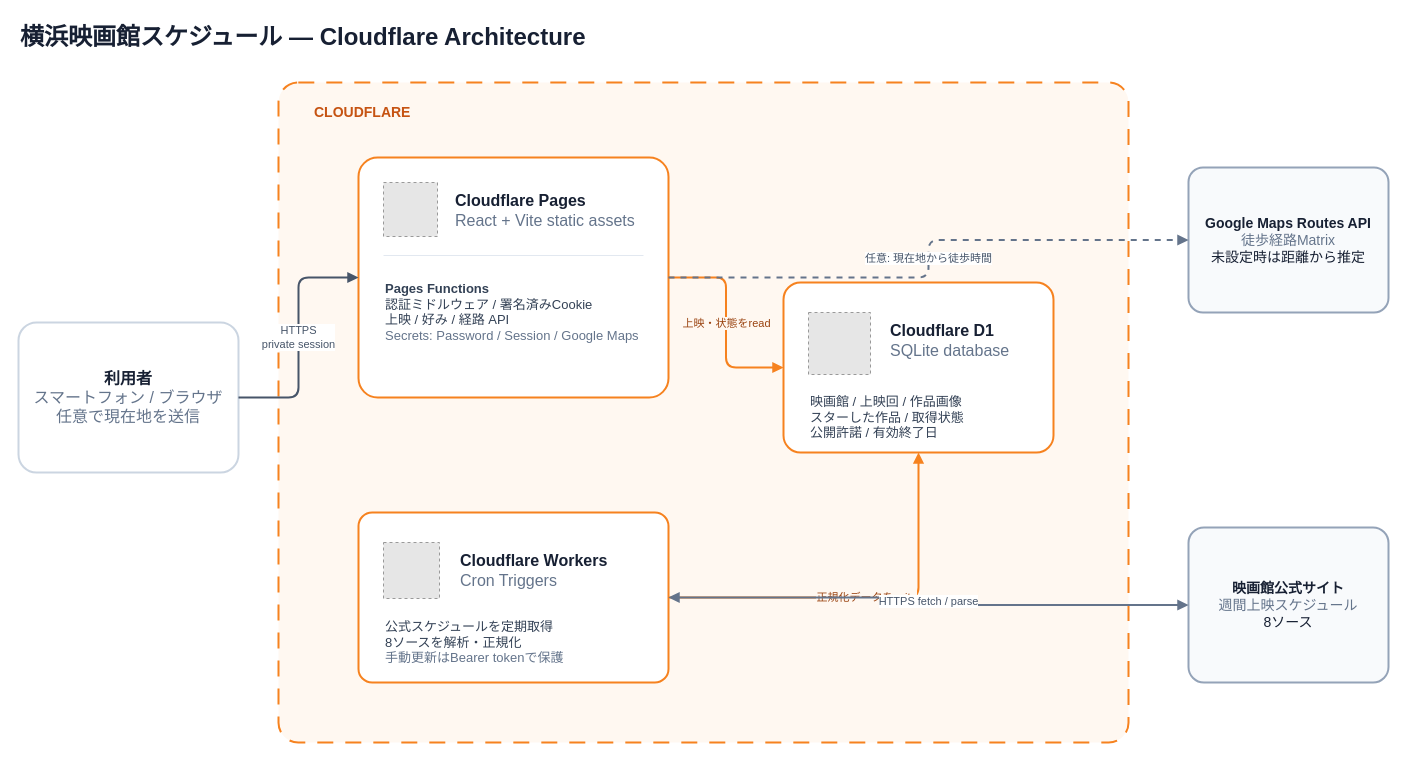
The draw.io diagram docs/architecture/cloudflare-architecture.drawio in daylight55/yokohama-cinema-schedule, before the edit. Source tidied: cells renumbered, new cells numbered last; positions are measured from the earlier drawing's top-left corner, leaving out a move shared by most shapes. Both pictures are drawn from the tidied source at 100%, with x=0, y=0 at pixel (18, 17). Pictures stored in the file or linked from it are replaced by grey dashed boxes.
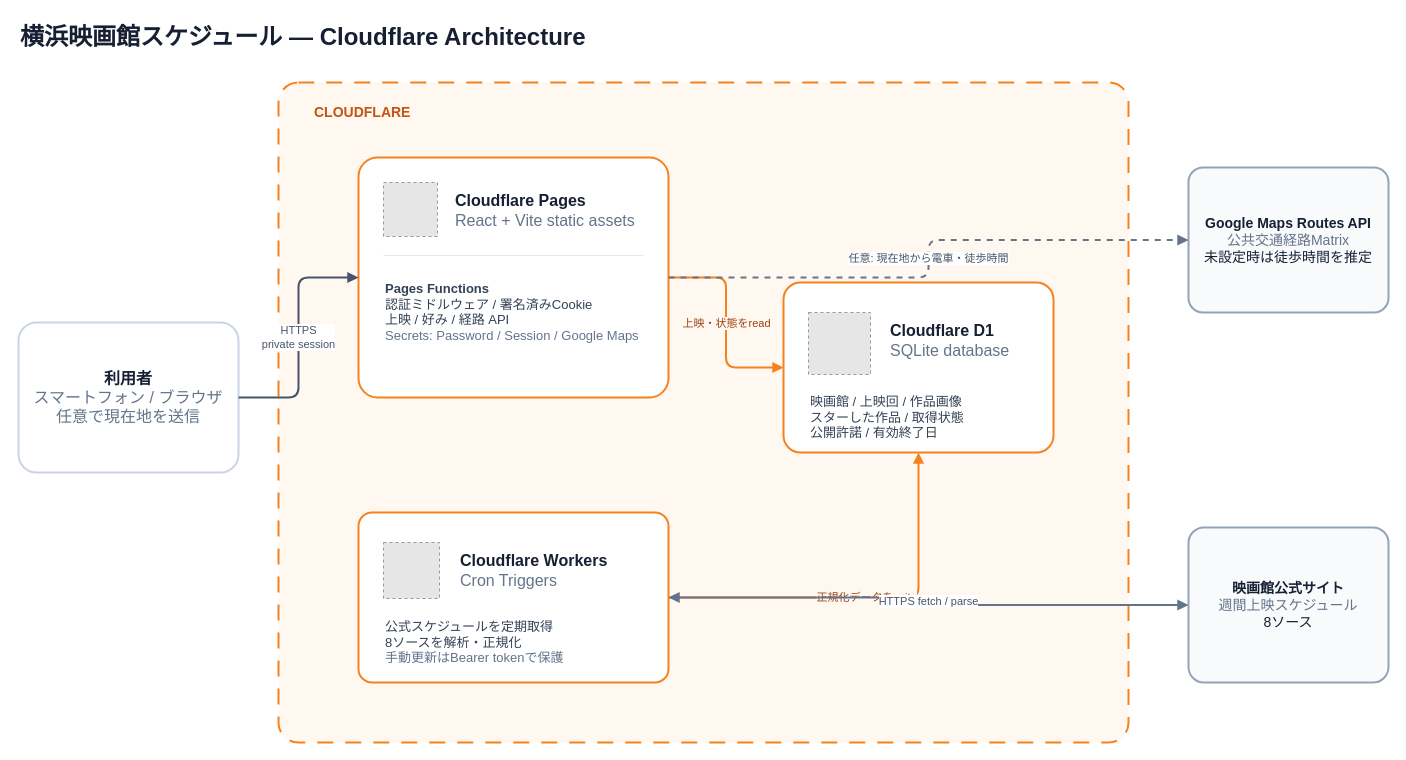
The same page after the edit.

Unchanged cells that the change refers to:
```xml
<mxCell id="6" style="rounded=1;whiteSpace=wrap;html=1;arcSize=8;fillColor=#FFFFFF;strokeColor=#F6821F;strokeWidth=2;" parent="1" vertex="1">
  <mxGeometry x="340" y="140" width="310" height="240" as="geometry" />
</mxCell>
```

The edit, as a diff of the source:
```diff
@@
-    <mxCell id="19" value="&lt;b&gt;Google Maps Routes API&lt;/b&gt;&lt;br&gt;&lt;font color=&quot;#64748B&quot;&gt;徒歩経路Matrix&lt;/font&gt;&lt;br&gt;未設定時は距離から推定" style="rounded=1;whiteSpace=wrap;html=1;arcSize=10;fillColor=#F8FAFC;strokeColor=#94A3B8;strokeWidth=2;align=center;verticalAlign=middle;fontSize=14;fontColor=#172033;spacing=10;" parent="1" vertex="1">
+    <mxCell id="19" value="&lt;b&gt;Google Maps Routes API&lt;/b&gt;&lt;br&gt;&lt;font color=&quot;#64748B&quot;&gt;公共交通経路Matrix&lt;/font&gt;&lt;br&gt;未設定時は徒歩時間を推定" style="rounded=1;whiteSpace=wrap;html=1;arcSize=10;fillColor=#F8FAFC;strokeColor=#94A3B8;strokeWidth=2;align=center;verticalAlign=middle;fontSize=14;fontColor=#172033;spacing=10;" parent="1" vertex="1">
       <mxGeometry x="1170" y="150" width="200" height="145" as="geometry" />
     </mxCell>
@@
-    <mxCell id="24" value="任意: 現在地から徒歩時間" style="edgeStyle=orthogonalEdgeStyle;rounded=1;jettySize=auto;html=1;strokeWidth=2;endArrow=block;endFill=1;strokeColor=#64748B;dashed=1;fontSize=11;fontColor=#475569;labelBackgroundColor=#FFFFFF;" parent="1" edge="1" source="6" target="19">
+    <mxCell id="24" value="任意: 現在地から電車・徒歩時間" style="edgeStyle=orthogonalEdgeStyle;rounded=1;jettySize=auto;html=1;strokeWidth=2;endArrow=block;endFill=1;strokeColor=#64748B;dashed=1;fontSize=11;fontColor=#475569;labelBackgroundColor=#FFFFFF;" parent="1" edge="1" source="6" target="19">
       <mxGeometry relative="1" as="geometry" />
     </mxCell>
```
